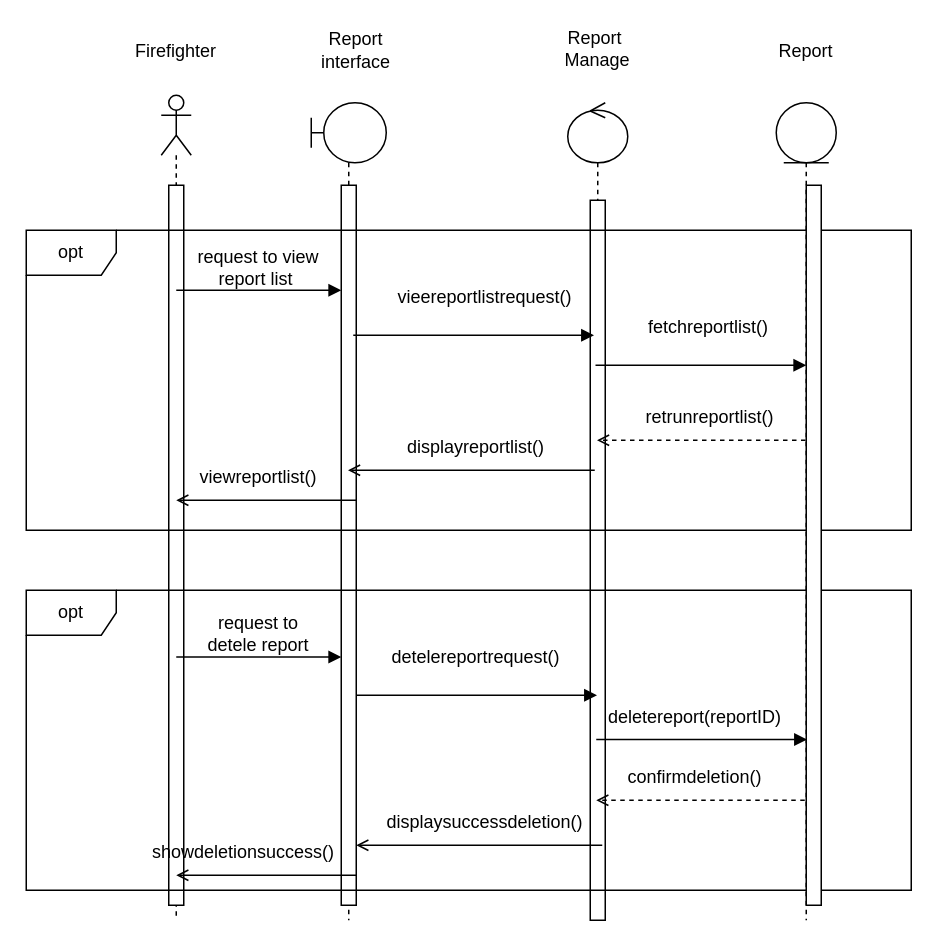
Above: page "cont Report Management SD" (9 of 13) of doc/PSM.drawio in SNFASA/AI-Fire-Monitoring-System (draw.io), before the change. Source tidied: cells renumbered, new cells numbered last; positions are measured from the earlier drawing's top-left corner, leaving out a move shared by most shapes. Both pictures are drawn from the tidied source at 150%, with x=0, y=0 at pixel (26, 26).
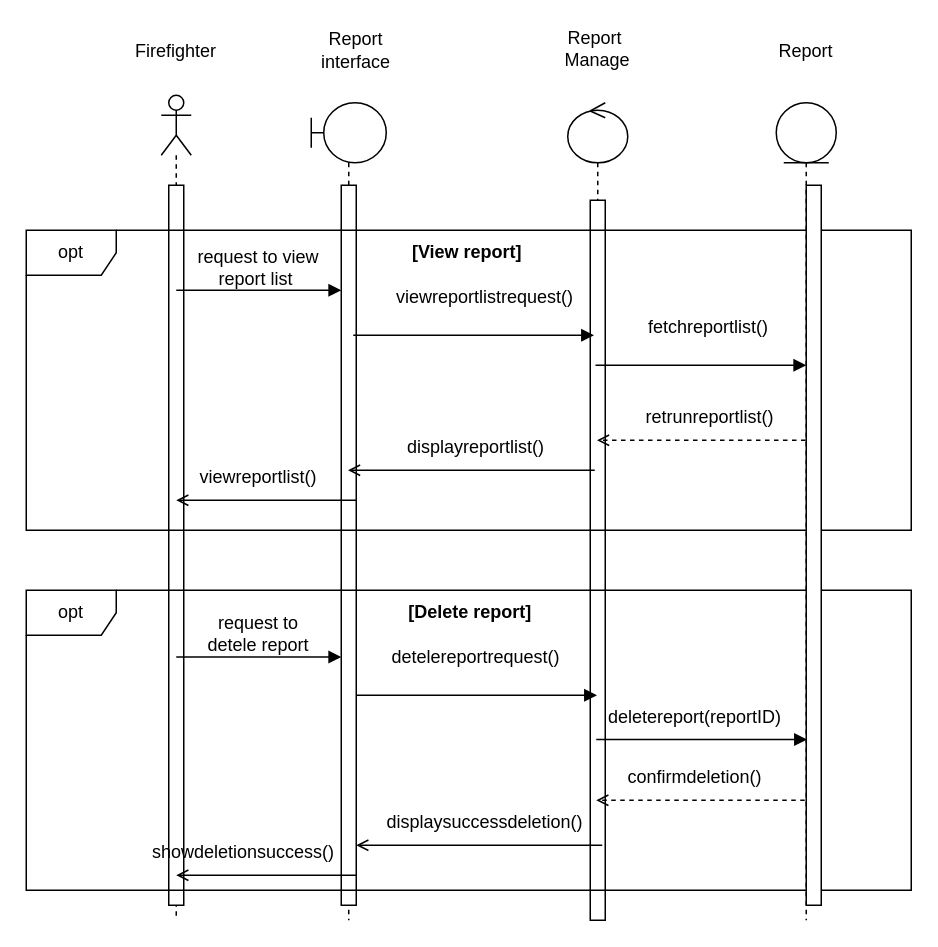
The same diagram, later.

The edit, as a diff of the source:
```diff
@@
-    <mxCell id="29" value="vieereportlistrequest()" style="text;html=1;whiteSpace=wrap;strokeColor=none;fillColor=none;align=center;verticalAlign=middle;rounded=0;" parent="1" vertex="1">
+    <mxCell id="29" value="viewreportlistrequest()" style="text;html=1;whiteSpace=wrap;strokeColor=none;fillColor=none;align=center;verticalAlign=middle;rounded=0;" parent="1" vertex="1">
       <mxGeometry x="261" y="166" width="90" height="30" as="geometry" />
     </mxCell>
@@
+    <mxCell id="40" value="&lt;b&gt;[View report]&amp;nbsp;&amp;nbsp;&lt;/b&gt;" style="text;html=1;whiteSpace=wrap;strokeColor=none;fillColor=none;align=center;verticalAlign=middle;rounded=0;" parent="1" vertex="1">
+      <mxGeometry x="243.8" y="136" width="107.2" height="30" as="geometry" />
+    </mxCell>
+    <mxCell id="41" value="&lt;b&gt;[Delete report]&amp;nbsp;&amp;nbsp;&lt;/b&gt;" style="text;html=1;whiteSpace=wrap;strokeColor=none;fillColor=none;align=center;verticalAlign=middle;rounded=0;" parent="1" vertex="1">
+      <mxGeometry x="246.4" y="376" width="107.2" height="30" as="geometry" />
+    </mxCell>
```
